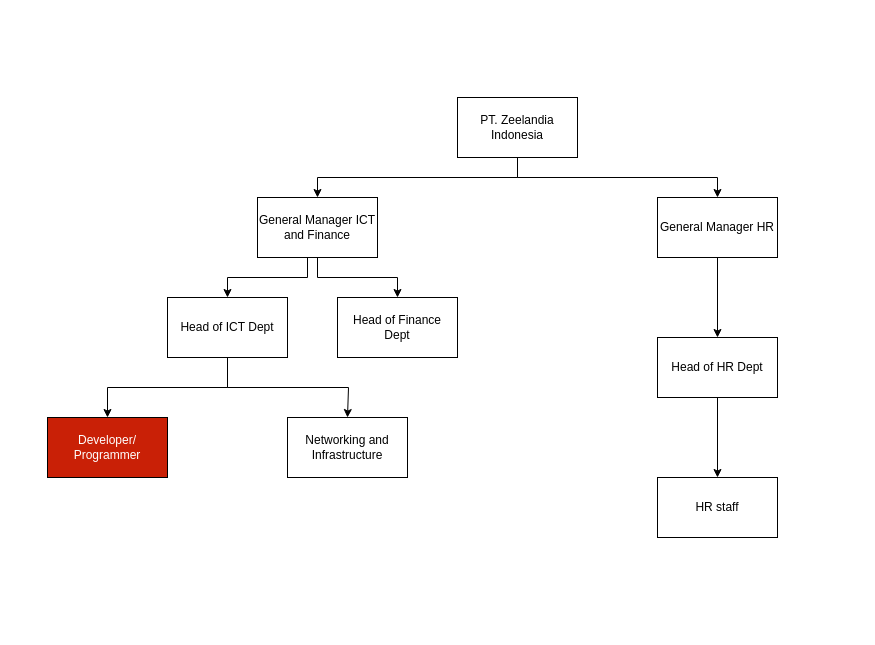
The draw.io diagram Struktut-organisasi-Zeelandia.drawio in jezreelkosasih/diagram, before the edit. Source tidied: cells renumbered, new cells numbered last; positions are measured from the earlier drawing's top-left corner, leaving out a move shared by most shapes. Both pictures are drawn from the tidied source at 100%, with x=0, y=0 at pixel (47, 97).
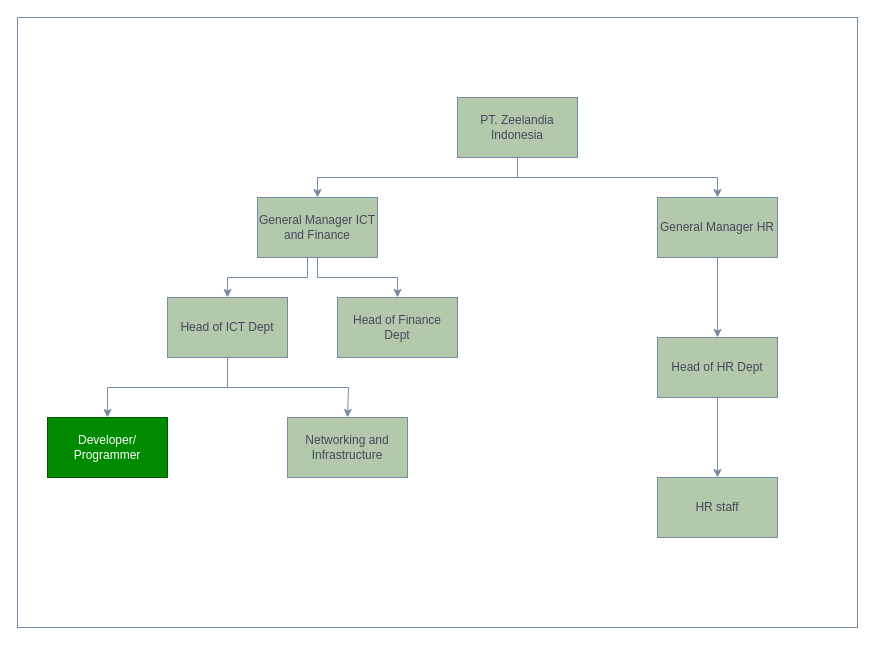
The same diagram, later.

Diff of the diagram source:
```diff
@@
-    <mxCell id="2" style="edgeStyle=orthogonalEdgeStyle;rounded=0;jettySize=auto;html=1;" parent="1" edge="1" source="4" target="7">
+    <mxCell id="2" style="edgeStyle=orthogonalEdgeStyle;rounded=0;jettySize=auto;html=1;labelBackgroundColor=none;strokeColor=#788AA3;fontColor=default;" parent="1" edge="1" source="4" target="7">
       <mxGeometry relative="1" as="geometry">
         <Array as="points">
           <mxPoint x="470" y="80" />
           <mxPoint x="270" y="80" />
         </Array>
       </mxGeometry>
     </mxCell>
-    <mxCell id="3" style="edgeStyle=orthogonalEdgeStyle;rounded=0;jettySize=auto;html=1;entryX=0.5;entryY=0;entryDx=0;entryDy=0;" parent="1" edge="1" source="4" target="15">
+    <mxCell id="3" style="edgeStyle=orthogonalEdgeStyle;rounded=0;jettySize=auto;html=1;entryX=0.5;entryY=0;entryDx=0;entryDy=0;labelBackgroundColor=none;strokeColor=#788AA3;fontColor=default;" parent="1" edge="1" source="4" target="15">
       <mxGeometry relative="1" as="geometry">
         <Array as="points">
           <mxPoint x="470" y="80" />
           <mxPoint x="670" y="80" />
         </Array>
       </mxGeometry>
     </mxCell>
-    <mxCell id="4" value="PT. Zeelandia Indonesia" style="rounded=0;whiteSpace=wrap;html=1;" parent="1" vertex="1">
+    <mxCell id="4" value="PT. Zeelandia Indonesia" style="rounded=0;whiteSpace=wrap;html=1;labelBackgroundColor=none;fillColor=#B2C9AB;strokeColor=#788AA3;fontColor=#46495D;" parent="1" vertex="1">
       <mxGeometry x="410" width="120" height="60" as="geometry" />
     </mxCell>
-    <mxCell id="5" style="edgeStyle=orthogonalEdgeStyle;rounded=0;jettySize=auto;html=1;" parent="1" edge="1" source="7" target="10">
+    <mxCell id="5" style="edgeStyle=orthogonalEdgeStyle;rounded=0;jettySize=auto;html=1;labelBackgroundColor=none;strokeColor=#788AA3;fontColor=default;" parent="1" edge="1" source="7" target="10">
       <mxGeometry relative="1" as="geometry">
         <Array as="points">
           <mxPoint x="260" y="180" />
           <mxPoint x="180" y="180" />
         </Array>
       </mxGeometry>
     </mxCell>
-    <mxCell id="6" style="edgeStyle=orthogonalEdgeStyle;rounded=0;jettySize=auto;html=1;" parent="1" edge="1" source="7" target="11">
+    <mxCell id="6" style="edgeStyle=orthogonalEdgeStyle;rounded=0;jettySize=auto;html=1;labelBackgroundColor=none;strokeColor=#788AA3;fontColor=default;" parent="1" edge="1" source="7" target="11">
       <mxGeometry relative="1" as="geometry">
         <Array as="points">
           <mxPoint x="270" y="180" />
           <mxPoint x="350" y="180" />
         </Array>
       </mxGeometry>
     </mxCell>
-    <mxCell id="7" value="General Manager ICT and Finance" style="rounded=0;whiteSpace=wrap;html=1;" parent="1" vertex="1">
+    <mxCell id="7" value="General Manager ICT and Finance" style="rounded=0;whiteSpace=wrap;html=1;labelBackgroundColor=none;fillColor=#B2C9AB;strokeColor=#788AA3;fontColor=#46495D;" parent="1" vertex="1">
       <mxGeometry x="210" y="100" width="120" height="60" as="geometry" />
     </mxCell>
-    <mxCell id="8" style="edgeStyle=orthogonalEdgeStyle;rounded=0;jettySize=auto;html=1;" parent="1" edge="1" source="10" target="12">
+    <mxCell id="8" style="edgeStyle=orthogonalEdgeStyle;rounded=0;jettySize=auto;html=1;labelBackgroundColor=none;strokeColor=#788AA3;fontColor=default;" parent="1" edge="1" source="10" target="12">
       <mxGeometry relative="1" as="geometry" />
     </mxCell>
-    <mxCell id="9" style="edgeStyle=orthogonalEdgeStyle;rounded=0;jettySize=auto;html=1;" parent="1" edge="1" source="10">
+    <mxCell id="9" style="edgeStyle=orthogonalEdgeStyle;rounded=0;jettySize=auto;html=1;labelBackgroundColor=none;strokeColor=#788AA3;fontColor=default;" parent="1" edge="1" source="10">
       <mxGeometry relative="1" as="geometry">
         <mxPoint x="300" y="320" as="targetPoint" />
         <Array as="points">
           <mxPoint x="180" y="290" />
           <mxPoint x="301" y="290" />
         </Array>
       </mxGeometry>
     </mxCell>
-    <mxCell id="10" value="Head of ICT Dept" style="rounded=0;whiteSpace=wrap;html=1;" parent="1" vertex="1">
+    <mxCell id="10" value="Head of ICT Dept" style="rounded=0;whiteSpace=wrap;html=1;labelBackgroundColor=none;fillColor=#B2C9AB;strokeColor=#788AA3;fontColor=#46495D;" parent="1" vertex="1">
       <mxGeometry x="120" y="200" width="120" height="60" as="geometry" />
     </mxCell>
-    <mxCell id="11" value="Head of Finance &lt;br&gt;Dept" style="rounded=0;whiteSpace=wrap;html=1;" parent="1" vertex="1">
+    <mxCell id="11" value="Head of Finance &lt;br&gt;Dept" style="rounded=0;whiteSpace=wrap;html=1;labelBackgroundColor=none;fillColor=#B2C9AB;strokeColor=#788AA3;fontColor=#46495D;" parent="1" vertex="1">
       <mxGeometry x="290" y="200" width="120" height="60" as="geometry" />
     </mxCell>
-    <mxCell id="12" value="&lt;font color=&quot;#ffffff&quot;&gt;Developer/ Programmer&lt;/font&gt;" style="rounded=0;whiteSpace=wrap;html=1;fillColor=#C92006;" parent="1" vertex="1">
+    <mxCell id="12" value="&lt;font color=&quot;#ffffff&quot;&gt;Developer/ Programmer&lt;/font&gt;" style="rounded=0;whiteSpace=wrap;html=1;fillColor=#008a00;labelBackgroundColor=none;strokeColor=#005700;fontColor=#ffffff;" parent="1" vertex="1">
       <mxGeometry y="320" width="120" height="60" as="geometry" />
     </mxCell>
-    <mxCell id="13" value="Networking and Infrastructure" style="rounded=0;whiteSpace=wrap;html=1;" parent="1" vertex="1">
+    <mxCell id="13" value="Networking and Infrastructure" style="rounded=0;whiteSpace=wrap;html=1;labelBackgroundColor=none;fillColor=#B2C9AB;strokeColor=#788AA3;fontColor=#46495D;" parent="1" vertex="1">
       <mxGeometry x="240" y="320" width="120" height="60" as="geometry" />
     </mxCell>
-    <mxCell id="14" style="edgeStyle=orthogonalEdgeStyle;rounded=0;jettySize=auto;html=1;" parent="1" edge="1" source="15" target="17">
+    <mxCell id="14" style="edgeStyle=orthogonalEdgeStyle;rounded=0;jettySize=auto;html=1;labelBackgroundColor=none;strokeColor=#788AA3;fontColor=default;" parent="1" edge="1" source="15" target="17">
       <mxGeometry relative="1" as="geometry" />
     </mxCell>
-    <mxCell id="15" value="General Manager HR" style="rounded=0;whiteSpace=wrap;html=1;" parent="1" vertex="1">
+    <mxCell id="15" value="General Manager HR" style="rounded=0;whiteSpace=wrap;html=1;labelBackgroundColor=none;fillColor=#B2C9AB;strokeColor=#788AA3;fontColor=#46495D;" parent="1" vertex="1">
       <mxGeometry x="610" y="100" width="120" height="60" as="geometry" />
     </mxCell>
-    <mxCell id="16" style="edgeStyle=orthogonalEdgeStyle;rounded=0;jettySize=auto;html=1;" parent="1" edge="1" source="17" target="18">
+    <mxCell id="16" style="edgeStyle=orthogonalEdgeStyle;rounded=0;jettySize=auto;html=1;labelBackgroundColor=none;strokeColor=#788AA3;fontColor=default;" parent="1" edge="1" source="17" target="18">
       <mxGeometry relative="1" as="geometry" />
     </mxCell>
-    <mxCell id="17" value="Head of HR Dept" style="rounded=0;whiteSpace=wrap;html=1;" parent="1" vertex="1">
+    <mxCell id="17" value="Head of HR Dept" style="rounded=0;whiteSpace=wrap;html=1;labelBackgroundColor=none;fillColor=#B2C9AB;strokeColor=#788AA3;fontColor=#46495D;" parent="1" vertex="1">
       <mxGeometry x="610" y="240" width="120" height="60" as="geometry" />
     </mxCell>
-    <mxCell id="18" value="HR staff" style="rounded=0;whiteSpace=wrap;html=1;" parent="1" vertex="1">
+    <mxCell id="18" value="HR staff" style="rounded=0;whiteSpace=wrap;html=1;labelBackgroundColor=none;fillColor=#B2C9AB;strokeColor=#788AA3;fontColor=#46495D;" parent="1" vertex="1">
       <mxGeometry x="610" y="380" width="120" height="60" as="geometry" />
     </mxCell>
+    <mxCell id="19" style="rounded=0;whiteSpace=wrap;html=1;strokeColor=#788AA3;fontColor=#46495D;fillColor=none;" parent="1" vertex="1">
+      <mxGeometry x="-30" y="-80" width="840" height="610" as="geometry" />
+    </mxCell>
```
